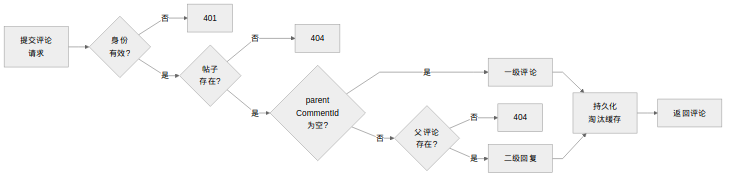
Earlier version of the Mermaid export docs/diagrams/fig4-9-comment-flow.png (Wkjlovec/graduation_project_zhuang). Its source is kept beside it as docs/diagrams/fig4-9-comment-flow.mmd.
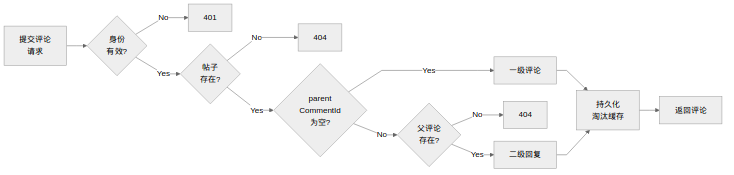
After the commit.

What changed in the source:
```diff
@@ -1,14 +1,14 @@
 %%{init: {'theme': 'neutral', 'flowchart': {'curve': 'linear', 'rankSpacing': 40, 'nodeSpacing': 25}}}%%
 graph LR
     A["提交评论\n请求"] --> B{"身份\n有效?"}
-    B -->|否| C["401"]
-    B -->|是| D{"帖子\n存在?"}
-    D -->|否| E["404"]
-    D -->|是| F{"parent\nCommentId\n为空?"}
-    F -->|是| G["一级评论"]
-    F -->|否| H{"父评论\n存在?"}
-    H -->|否| I["404"]
-    H -->|是| J["二级回复"]
+    B -->|No| C["401"]
+    B -->|Yes| D{"帖子\n存在?"}
+    D -->|No| E["404"]
+    D -->|Yes| F{"parent\nCommentId\n为空?"}
+    F -->|Yes| G["一级评论"]
+    F -->|No| H{"父评论\n存在?"}
+    H -->|No| I["404"]
+    H -->|Yes| J["二级回复"]
     G --> K["持久化\n淘汰缓存"]
     J --> K
     K --> L["返回评论"]
```
